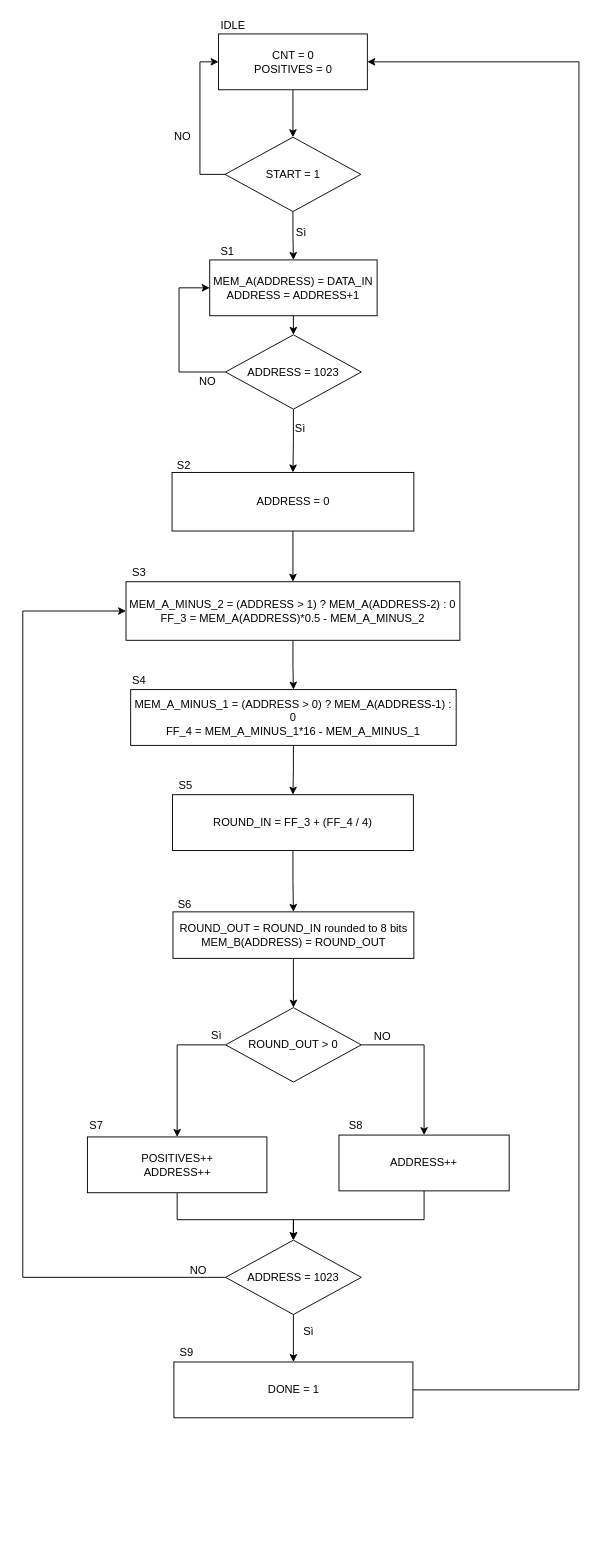
The draw.io diagram lab6/Algorithm ASM.drawio in leobel96/Polito-ESD-NeuralNetwork, before the edit. Source tidied: cells renumbered, new cells numbered last; positions are measured from the earlier drawing's top-left corner, leaving out a move shared by most shapes. Both pictures are drawn from the tidied source at 93%, with x=0, y=0 at pixel (22, 16).
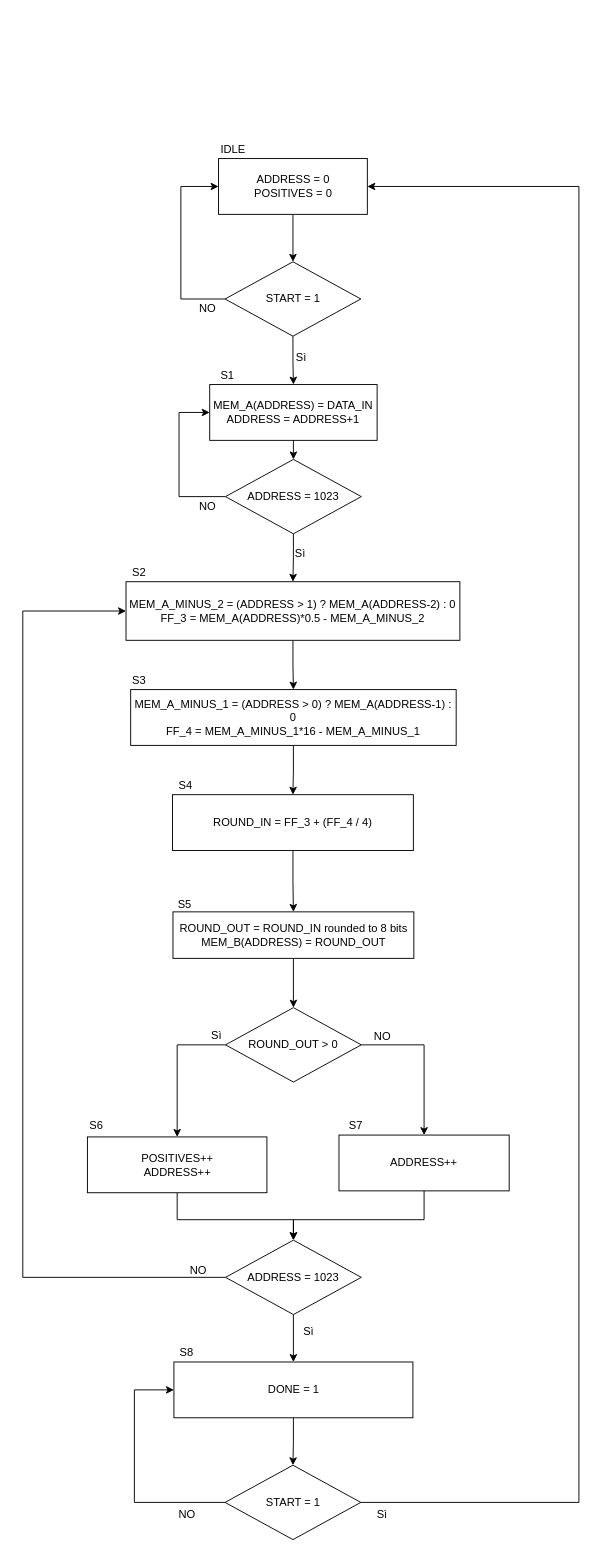
After the change.

The change refers to these unchanged cells:
```xml
<mxCell id="13" value="&lt;div&gt;MEM_A_MINUS_2 = (ADDRESS &amp;gt; 1) ? MEM_A(ADDRESS-2) : 0&lt;/div&gt;&lt;div&gt;&lt;div&gt;FF_3 = MEM_A(ADDRESS)*0.5 - MEM_A_MINUS_2 &lt;br&gt;&lt;/div&gt;&lt;/div&gt;" style="rounded=0;whiteSpace=wrap;html=1;" parent="1" vertex="1">
  <mxGeometry x="111" y="608" width="359" height="63" as="geometry" />
</mxCell>
<mxCell id="25" value="DONE = 1" style="rounded=0;whiteSpace=wrap;html=1;" parent="1" vertex="1">
  <mxGeometry x="162.5" y="1447" width="257" height="60" as="geometry" />
</mxCell>
```

Change to the diagram source:
```diff
@@
-    <mxCell id="3" value="&lt;div&gt;CNT = 0&lt;/div&gt;&lt;div&gt;POSITIVES = 0&lt;br&gt;&lt;/div&gt;" style="rounded=0;whiteSpace=wrap;html=1;" parent="1" vertex="1">
-      <mxGeometry x="210.5" y="19" width="160" height="60" as="geometry" />
+    <mxCell id="3" value="&lt;div&gt;ADDRESS = 0&lt;/div&gt;&lt;div&gt;POSITIVES = 0&lt;br&gt;&lt;/div&gt;" style="rounded=0;whiteSpace=wrap;html=1;" parent="1" vertex="1">
+      <mxGeometry x="210.5" y="153" width="160" height="60" as="geometry" />
     </mxCell>
     <mxCell id="4" value="IDLE" style="text;html=1;align=left;verticalAlign=top;spacingTop=-4;" parent="1" vertex="1">
-      <mxGeometry x="210.5" width="40" height="20" as="geometry" />
+      <mxGeometry x="210.5" y="134" width="40" height="20" as="geometry" />
     </mxCell>
@@
     <mxCell id="6" value="&lt;div&gt;MEM_A(ADDRESS) = DATA_IN&lt;/div&gt;&lt;div&gt;ADDRESS = ADDRESS+1&lt;br&gt;&lt;/div&gt;" style="rounded=0;whiteSpace=wrap;html=1;" parent="1" vertex="1">
-      <mxGeometry x="201" y="262" width="180" height="60" as="geometry" />
+      <mxGeometry x="201" y="396" width="180" height="60" as="geometry" />
     </mxCell>
     <mxCell id="7" value="S1" style="text;html=1;align=left;verticalAlign=top;spacingTop=-4;" parent="1" vertex="1">
-      <mxGeometry x="210.5" y="243" width="30" height="20" as="geometry" />
+      <mxGeometry x="210.5" y="377" width="30" height="20" as="geometry" />
     </mxCell>
     <mxCell id="8" style="edgeStyle=orthogonalEdgeStyle;rounded=0;jettySize=auto;html=1;exitX=0;exitY=0.5;exitDx=0;exitDy=0;entryX=0;entryY=0.5;entryDx=0;entryDy=0;" parent="1" edge="1" source="10" target="6">
       <mxGeometry relative="1" as="geometry">
         <Array as="points">
-          <mxPoint x="168" y="383" />
-          <mxPoint x="168" y="292" />
+          <mxPoint x="168" y="517" />
+          <mxPoint x="168" y="426" />
         </Array>
       </mxGeometry>
     </mxCell>
-    <mxCell id="9" style="edgeStyle=orthogonalEdgeStyle;rounded=0;jettySize=auto;html=1;exitX=0.5;exitY=1;exitDx=0;exitDy=0;entryX=0.5;entryY=0;entryDx=0;entryDy=0;" parent="1" edge="1" source="10" target="50">
+    <mxCell id="9" style="edgeStyle=orthogonalEdgeStyle;rounded=0;jettySize=auto;html=1;exitX=0.5;exitY=1;exitDx=0;exitDy=0;entryX=0.5;entryY=0;entryDx=0;entryDy=0;" parent="1" edge="1" source="10" target="13">
       <mxGeometry relative="1" as="geometry" />
     </mxCell>
     <mxCell id="10" value="ADDRESS = 1023" style="rhombus;whiteSpace=wrap;html=1;" parent="1" vertex="1">
-      <mxGeometry x="218" y="342.5" width="146" height="80" as="geometry" />
+      <mxGeometry x="218" y="476.5" width="146" height="80" as="geometry" />
     </mxCell>
     <mxCell id="11" value="NO" style="text;html=1;align=left;verticalAlign=top;spacingTop=-4;" parent="1" vertex="1">
-      <mxGeometry x="188" y="382.5" width="30" height="20" as="geometry" />
+      <mxGeometry x="188" y="516.5" width="30" height="20" as="geometry" />
     </mxCell>
@@
     <mxCell id="18" value="Sì" style="text;html=1;align=left;verticalAlign=top;spacingTop=-4;" parent="1" vertex="1">
-      <mxGeometry x="290.5" y="434" width="30" height="20" as="geometry" />
+      <mxGeometry x="290.5" y="568" width="30" height="20" as="geometry" />
     </mxCell>
@@
-    <mxCell id="24" style="edgeStyle=orthogonalEdgeStyle;rounded=0;jettySize=auto;html=1;exitX=1;exitY=0.5;exitDx=0;exitDy=0;entryX=1;entryY=0.5;entryDx=0;entryDy=0;" parent="1" edge="1" source="25" target="3">
+    <mxCell id="24" style="edgeStyle=orthogonalEdgeStyle;rounded=0;jettySize=auto;html=1;exitX=1;exitY=0.5;exitDx=0;exitDy=0;entryX=1;entryY=0.5;entryDx=0;entryDy=0;" parent="1" edge="1" source="54" target="3">
       <mxGeometry relative="1" as="geometry">
         <Array as="points">
-          <mxPoint x="598" y="1477" />
-          <mxPoint x="598" y="49" />
+          <mxPoint x="598" y="1598" />
+          <mxPoint x="598" y="183" />
         </Array>
       </mxGeometry>
     </mxCell>
+    <mxCell id="52" style="edgeStyle=orthogonalEdgeStyle;rounded=0;jettySize=auto;html=1;exitX=0.5;exitY=1;exitDx=0;exitDy=0;entryX=0.5;entryY=0;entryDx=0;entryDy=0;" parent="1" edge="1" source="25" target="54">
+      <mxGeometry relative="1" as="geometry" />
+    </mxCell>
@@
     <mxCell id="27" style="edgeStyle=orthogonalEdgeStyle;rounded=0;jettySize=auto;html=1;exitX=0;exitY=0.5;exitDx=0;exitDy=0;entryX=0;entryY=0.5;entryDx=0;entryDy=0;" parent="1" edge="1" source="28" target="3">
-      <mxGeometry relative="1" as="geometry" />
+      <mxGeometry relative="1" as="geometry">
+        <Array as="points">
+          <mxPoint x="170" y="304" />
+          <mxPoint x="170" y="183" />
+        </Array>
+      </mxGeometry>
     </mxCell>
     <mxCell id="28" value="START = 1" style="rhombus;whiteSpace=wrap;html=1;" parent="1" vertex="1">
-      <mxGeometry x="217.5" y="130" width="146" height="80" as="geometry" />
+      <mxGeometry x="217.5" y="264" width="146" height="80" as="geometry" />
     </mxCell>
     <mxCell id="29" value="NO" style="text;html=1;align=left;verticalAlign=top;spacingTop=-4;" parent="1" vertex="1">
-      <mxGeometry x="160.5" y="120" width="30" height="20" as="geometry" />
+      <mxGeometry x="188" y="304" width="30" height="20" as="geometry" />
     </mxCell>
     <mxCell id="30" value="Sì" style="text;html=1;align=left;verticalAlign=top;spacingTop=-4;" parent="1" vertex="1">
-      <mxGeometry x="291.5" y="223" width="30" height="20" as="geometry" />
+      <mxGeometry x="291.5" y="357" width="30" height="20" as="geometry" />
     </mxCell>
-    <mxCell id="31" value="S3" style="text;html=1;align=left;verticalAlign=top;spacingTop=-4;" parent="1" vertex="1">
+    <mxCell id="31" value="S2" style="text;html=1;align=left;verticalAlign=top;spacingTop=-4;" parent="1" vertex="1">
       <mxGeometry x="116" y="588" width="30" height="20" as="geometry" />
     </mxCell>
-    <mxCell id="32" value="S4" style="text;html=1;align=left;verticalAlign=top;spacingTop=-4;" parent="1" vertex="1">
+    <mxCell id="32" value="S3" style="text;html=1;align=left;verticalAlign=top;spacingTop=-4;" parent="1" vertex="1">
       <mxGeometry x="116" y="704" width="30" height="20" as="geometry" />
     </mxCell>
-    <mxCell id="33" value="S5" style="text;html=1;align=left;verticalAlign=top;spacingTop=-4;" parent="1" vertex="1">
+    <mxCell id="33" value="S4" style="text;html=1;align=left;verticalAlign=top;spacingTop=-4;" parent="1" vertex="1">
       <mxGeometry x="166" y="817" width="30" height="20" as="geometry" />
     </mxCell>
@@
-    <mxCell id="41" value="S7" style="text;html=1;align=left;verticalAlign=top;spacingTop=-4;" parent="1" vertex="1">
+    <mxCell id="41" value="S6" style="text;html=1;align=left;verticalAlign=top;spacingTop=-4;" parent="1" vertex="1">
       <mxGeometry x="69.5" y="1182.5" width="30" height="20" as="geometry" />
     </mxCell>
-    <mxCell id="42" value="S9" style="text;html=1;align=left;verticalAlign=top;spacingTop=-4;" parent="1" vertex="1">
+    <mxCell id="42" value="S8" style="text;html=1;align=left;verticalAlign=top;spacingTop=-4;" parent="1" vertex="1">
       <mxGeometry x="166.5" y="1427" width="30" height="20" as="geometry" />
     </mxCell>
@@
-    <mxCell id="45" value="S6" style="text;html=1;align=left;verticalAlign=top;spacingTop=-4;" parent="1" vertex="1">
+    <mxCell id="45" value="S5" style="text;html=1;align=left;verticalAlign=top;spacingTop=-4;" parent="1" vertex="1">
       <mxGeometry x="165" y="945" width="30" height="20" as="geometry" />
     </mxCell>
@@
-    <mxCell id="48" value="S8" style="text;html=1;align=left;verticalAlign=top;spacingTop=-4;" parent="1" vertex="1">
+    <mxCell id="48" value="S7" style="text;html=1;align=left;verticalAlign=top;spacingTop=-4;" parent="1" vertex="1">
       <mxGeometry x="349" y="1182.5" width="30" height="20" as="geometry" />
     </mxCell>
-    <mxCell id="49" style="edgeStyle=orthogonalEdgeStyle;rounded=0;jettySize=auto;html=1;exitX=0.5;exitY=1;exitDx=0;exitDy=0;entryX=0.5;entryY=0;entryDx=0;entryDy=0;" parent="1" edge="1" source="50" target="13">
-      <mxGeometry relative="1" as="geometry" />
-    </mxCell>
-    <mxCell id="50" value="ADDRESS = 0" style="rounded=0;whiteSpace=wrap;html=1;" parent="1" vertex="1">
-      <mxGeometry x="160.5" y="490.5" width="260" height="63" as="geometry" />
-    </mxCell>
-    <mxCell id="51" value="S2" style="text;html=1;align=left;verticalAlign=top;spacingTop=-4;" parent="1" vertex="1">
-      <mxGeometry x="164" y="472.5" width="30" height="20" as="geometry" />
-    </mxCell>
+    <mxCell id="53" style="edgeStyle=orthogonalEdgeStyle;rounded=0;jettySize=auto;html=1;exitX=0;exitY=0.5;exitDx=0;exitDy=0;entryX=0;entryY=0.5;entryDx=0;entryDy=0;" parent="1" edge="1" source="54" target="25">
+      <mxGeometry relative="1" as="geometry">
+        <Array as="points">
+          <mxPoint x="120" y="1598" />
+          <mxPoint x="120" y="1477" />
+        </Array>
+      </mxGeometry>
+    </mxCell>
+    <mxCell id="54" value="START = 1" style="rhombus;whiteSpace=wrap;html=1;" parent="1" vertex="1">
+      <mxGeometry x="217.5" y="1558" width="146" height="80" as="geometry" />
+    </mxCell>
+    <mxCell id="55" value="NO" style="text;html=1;align=left;verticalAlign=top;spacingTop=-4;" parent="1" vertex="1">
+      <mxGeometry x="166" y="1601" width="30" height="20" as="geometry" />
+    </mxCell>
+    <mxCell id="56" value="Sì" style="text;html=1;align=left;verticalAlign=top;spacingTop=-4;" parent="1" vertex="1">
+      <mxGeometry x="379" y="1601" width="30" height="20" as="geometry" />
+    </mxCell>
```
